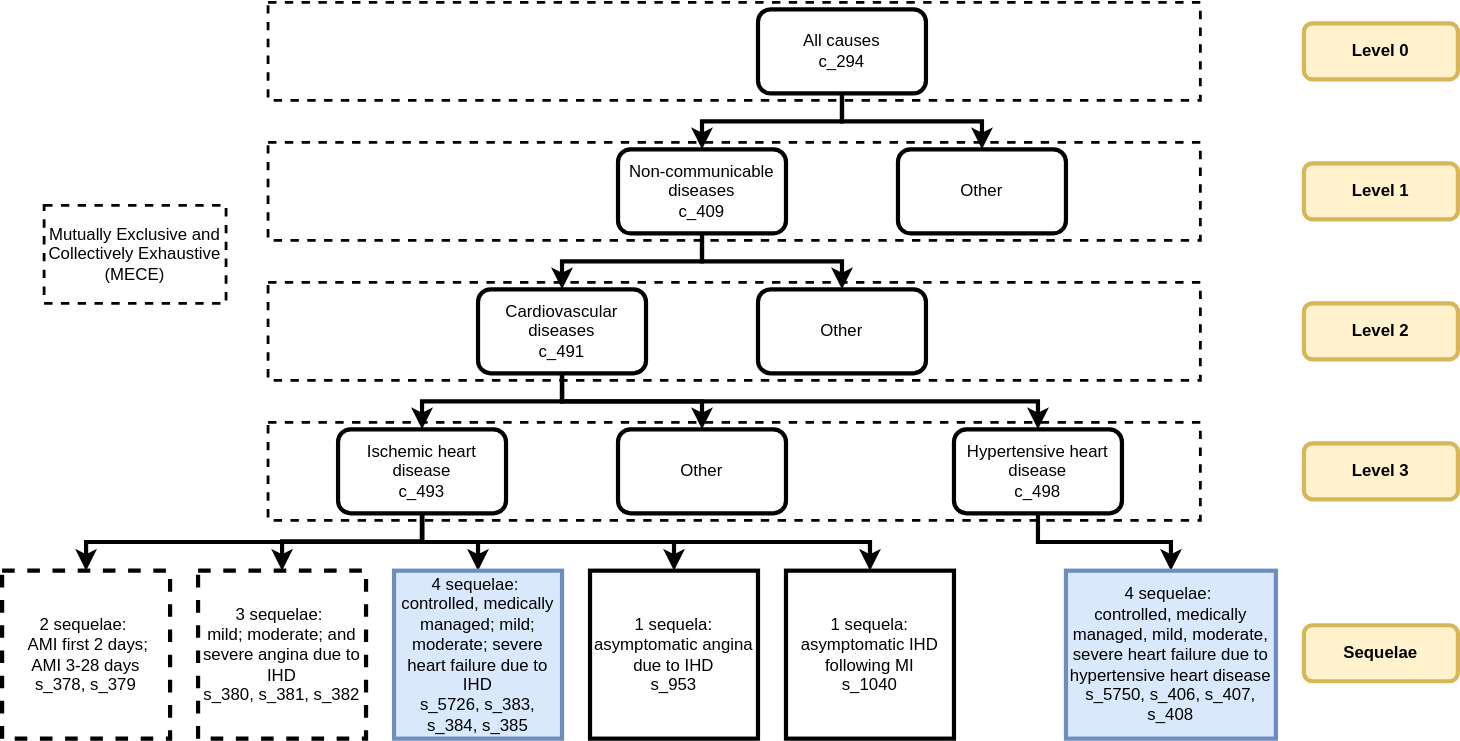
ihmeuw/vivarium_research keeps this draw.io diagram as docs/source/model_design/vivarium_model_components/GBD_disease_health/cause_hierarchy_ihd_hhd_v2.svg. Above is the earlier version. Source tidied: cells renumbered, new cells last; positions are measured from the earlier drawing's top-left corner, leaving out a move shared by most shapes.
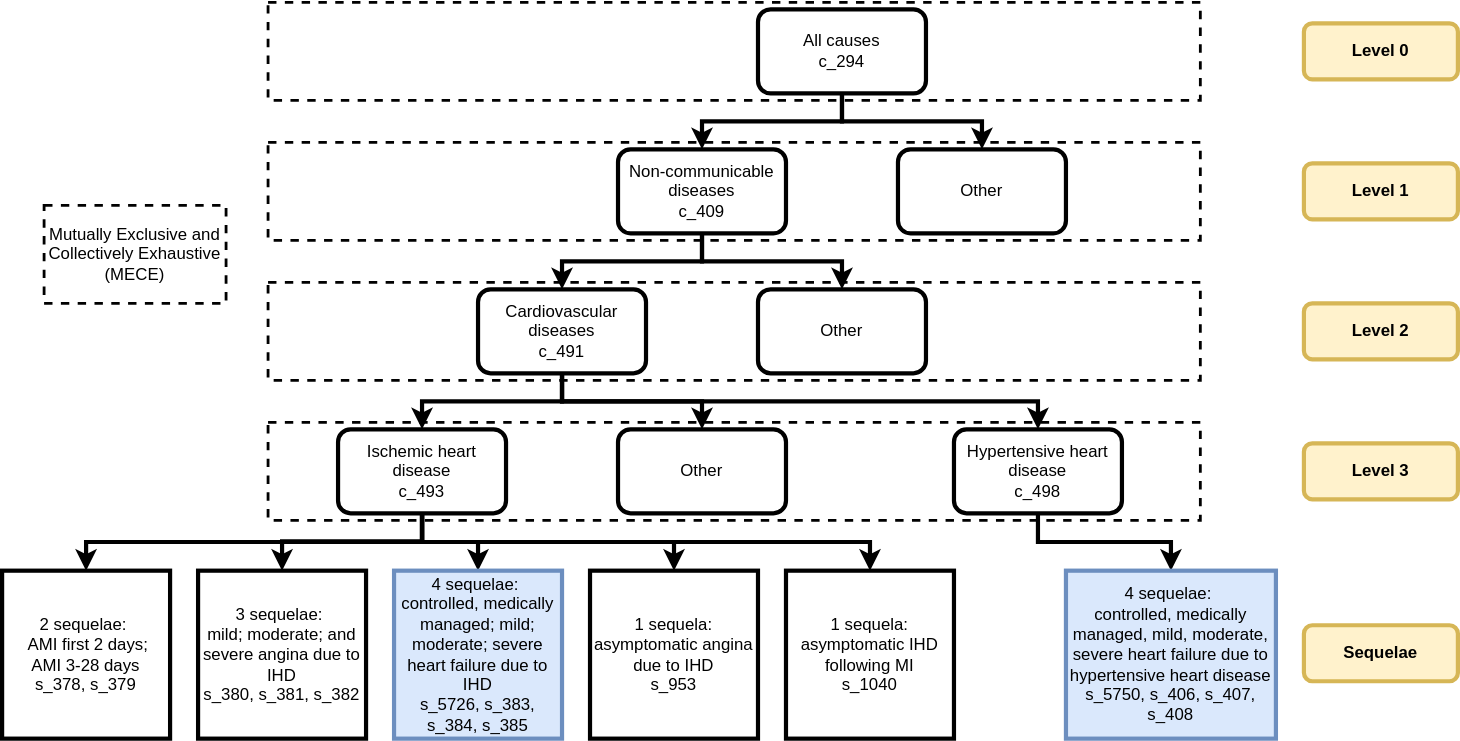
After the change.

Diff of the diagram source:
```diff
@@ -61,13 +61,13 @@
     <mxCell id="19" value="Other" style="rounded=1;whiteSpace=wrap;html=1;strokeWidth=3;fillColor=none;" parent="1" vertex="1">
       <mxGeometry x="440" y="305" width="120" height="60" as="geometry" />
     </mxCell>
-    <mxCell id="20" value="&lt;div&gt;2 sequelae:&amp;nbsp;&lt;/div&gt;&lt;div&gt;&amp;nbsp;AMI first 2 days;&lt;/div&gt;&lt;div&gt; AMI 3-28 days&lt;/div&gt;&lt;div&gt;s_378, s_379&lt;br&gt;&lt;/div&gt;" style="rounded=0;whiteSpace=wrap;html=1;dashed=1;strokeWidth=3;fillColor=none;" parent="1" vertex="1">
+    <mxCell id="20" value="&lt;div&gt;2 sequelae:&amp;nbsp;&lt;/div&gt;&lt;div&gt;&amp;nbsp;AMI first 2 days;&lt;/div&gt;&lt;div&gt; AMI 3-28 days&lt;/div&gt;&lt;div&gt;s_378, s_379&lt;br&gt;&lt;/div&gt;" style="rounded=0;whiteSpace=wrap;html=1;strokeWidth=3;fillColor=none;" parent="1" vertex="1">
       <mxGeometry y="406" width="120" height="120" as="geometry" />
     </mxCell>
     <mxCell id="21" value="&lt;div&gt;1 sequela:&lt;/div&gt;&lt;div&gt;asymptomatic angina due to IHD&lt;/div&gt;&lt;div&gt;s_953&lt;/div&gt;" style="rounded=0;whiteSpace=wrap;html=1;strokeWidth=3;fillColor=none;" parent="1" vertex="1">
       <mxGeometry x="420" y="406" width="120" height="120" as="geometry" />
     </mxCell>
-    <mxCell id="22" value="&lt;div&gt;3 sequelae:&amp;nbsp;&lt;/div&gt;&lt;div&gt;mild; moderate; and severe angina due to IHD&lt;/div&gt;&lt;div&gt;s_380, s_381, s_382&lt;br&gt;&lt;/div&gt;" style="rounded=0;whiteSpace=wrap;html=1;dashed=1;strokeWidth=3;fillColor=none;" parent="1" vertex="1">
+    <mxCell id="22" value="&lt;div&gt;3 sequelae:&amp;nbsp;&lt;/div&gt;&lt;div&gt;mild; moderate; and severe angina due to IHD&lt;/div&gt;&lt;div&gt;s_380, s_381, s_382&lt;br&gt;&lt;/div&gt;" style="rounded=0;whiteSpace=wrap;html=1;strokeWidth=3;fillColor=none;" parent="1" vertex="1">
       <mxGeometry x="140" y="406" width="120" height="120" as="geometry" />
     </mxCell>
     <mxCell id="23" value="4 sequelae:&amp;nbsp;&lt;div&gt;controlled, medically managed; mild; moderate; severe heart failure due to IHD&lt;/div&gt;&lt;div&gt;s_5726, s_383, s_384, s_385&lt;br&gt;&lt;/div&gt;" style="rounded=0;whiteSpace=wrap;html=1;strokeWidth=3;fillColor=#dae8fc;strokeColor=#6c8ebf;" parent="1" vertex="1">
```
